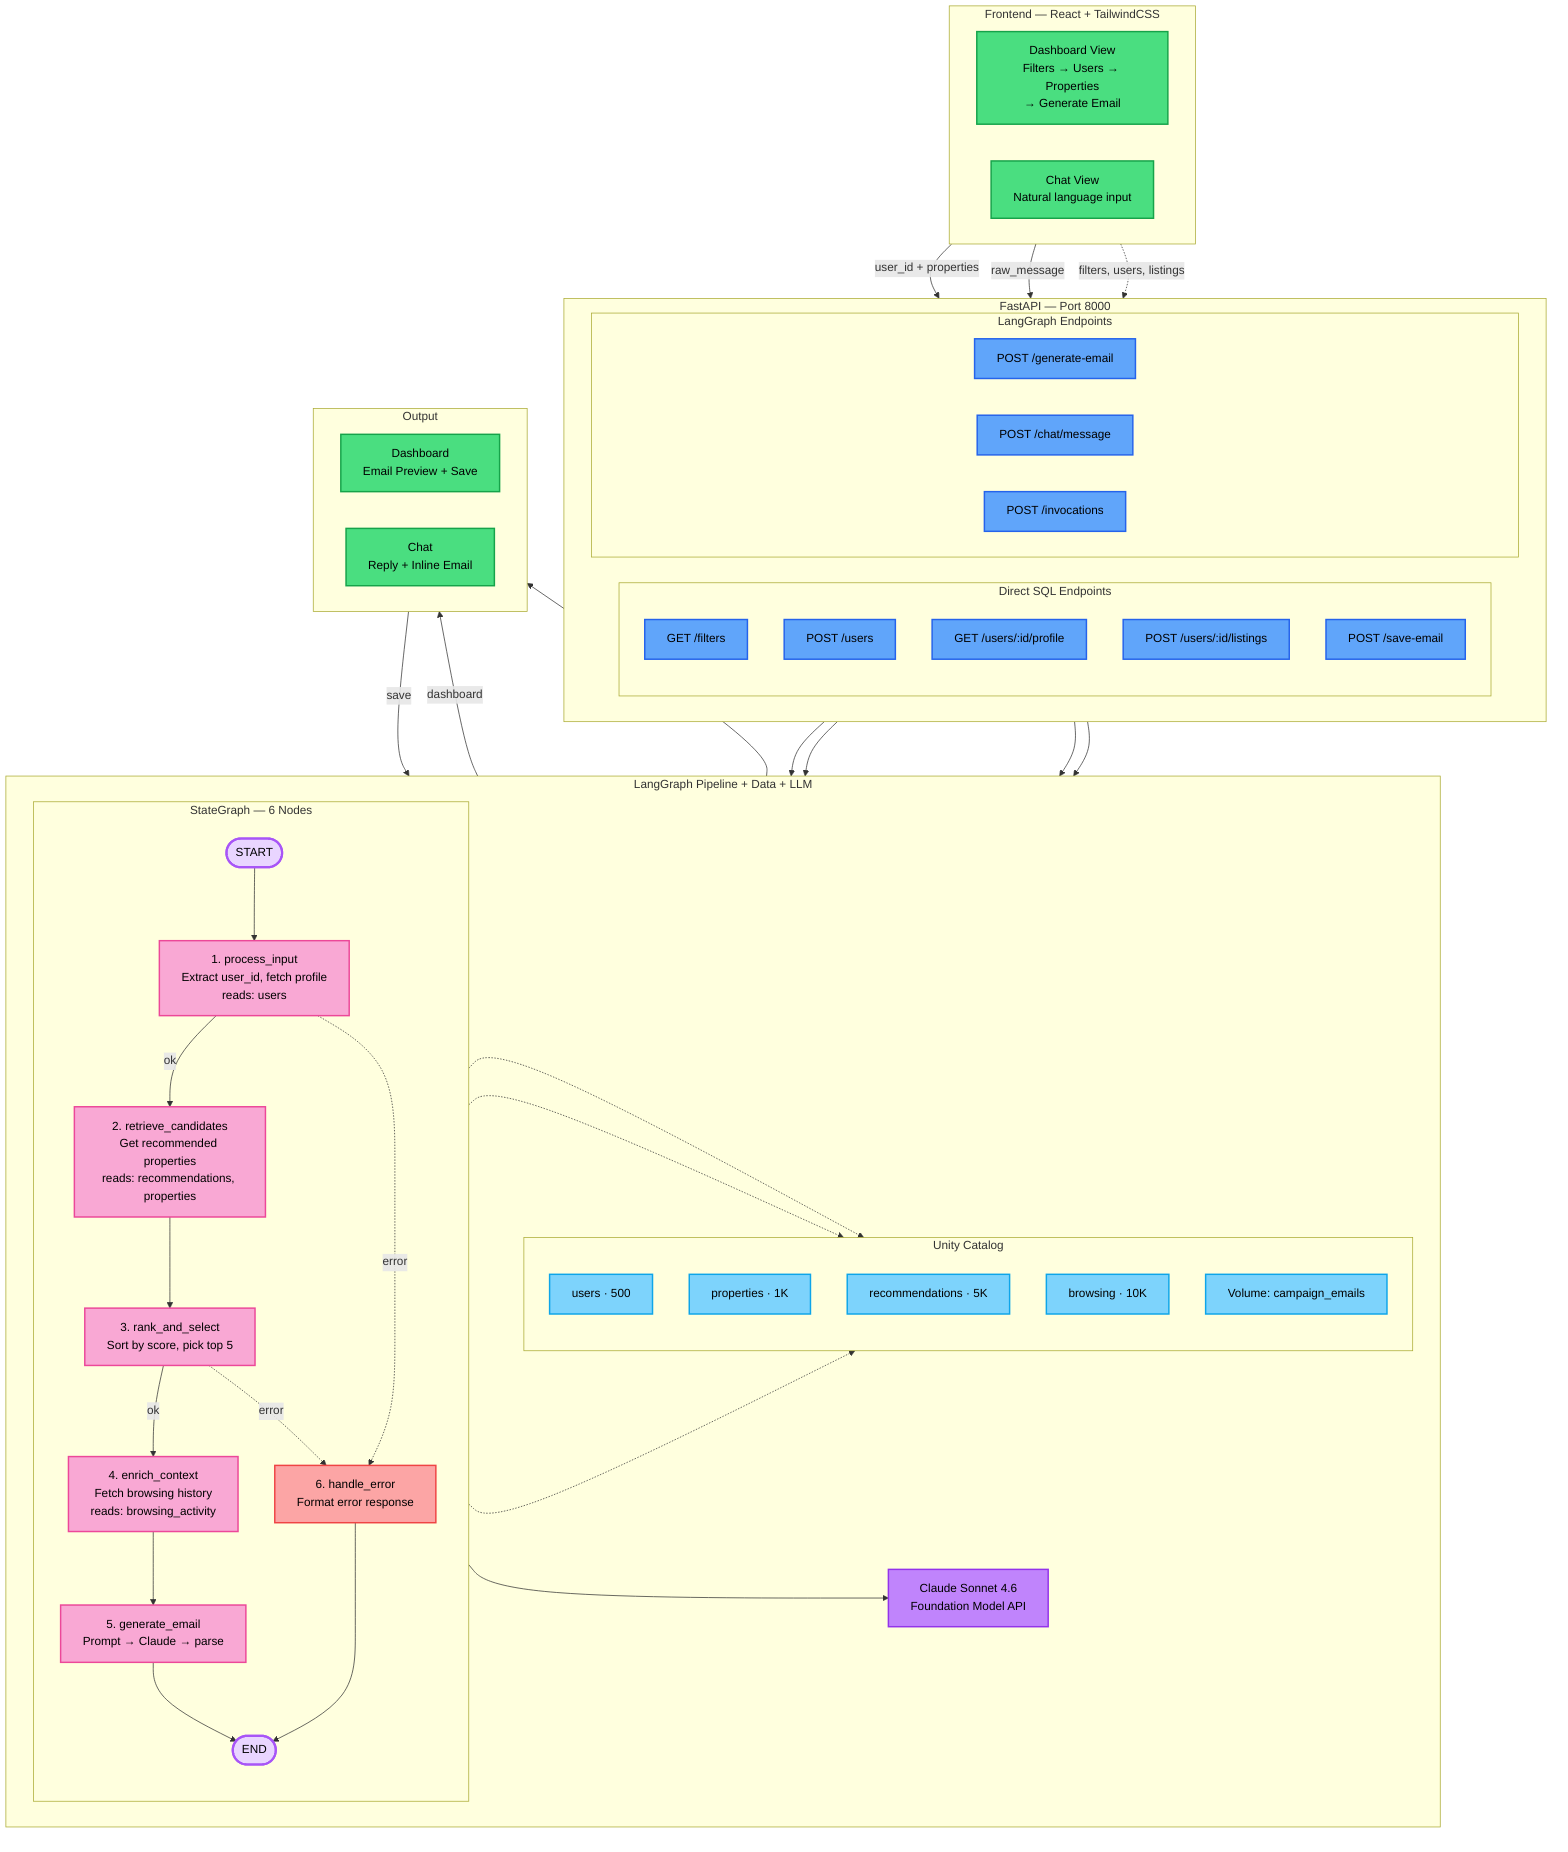
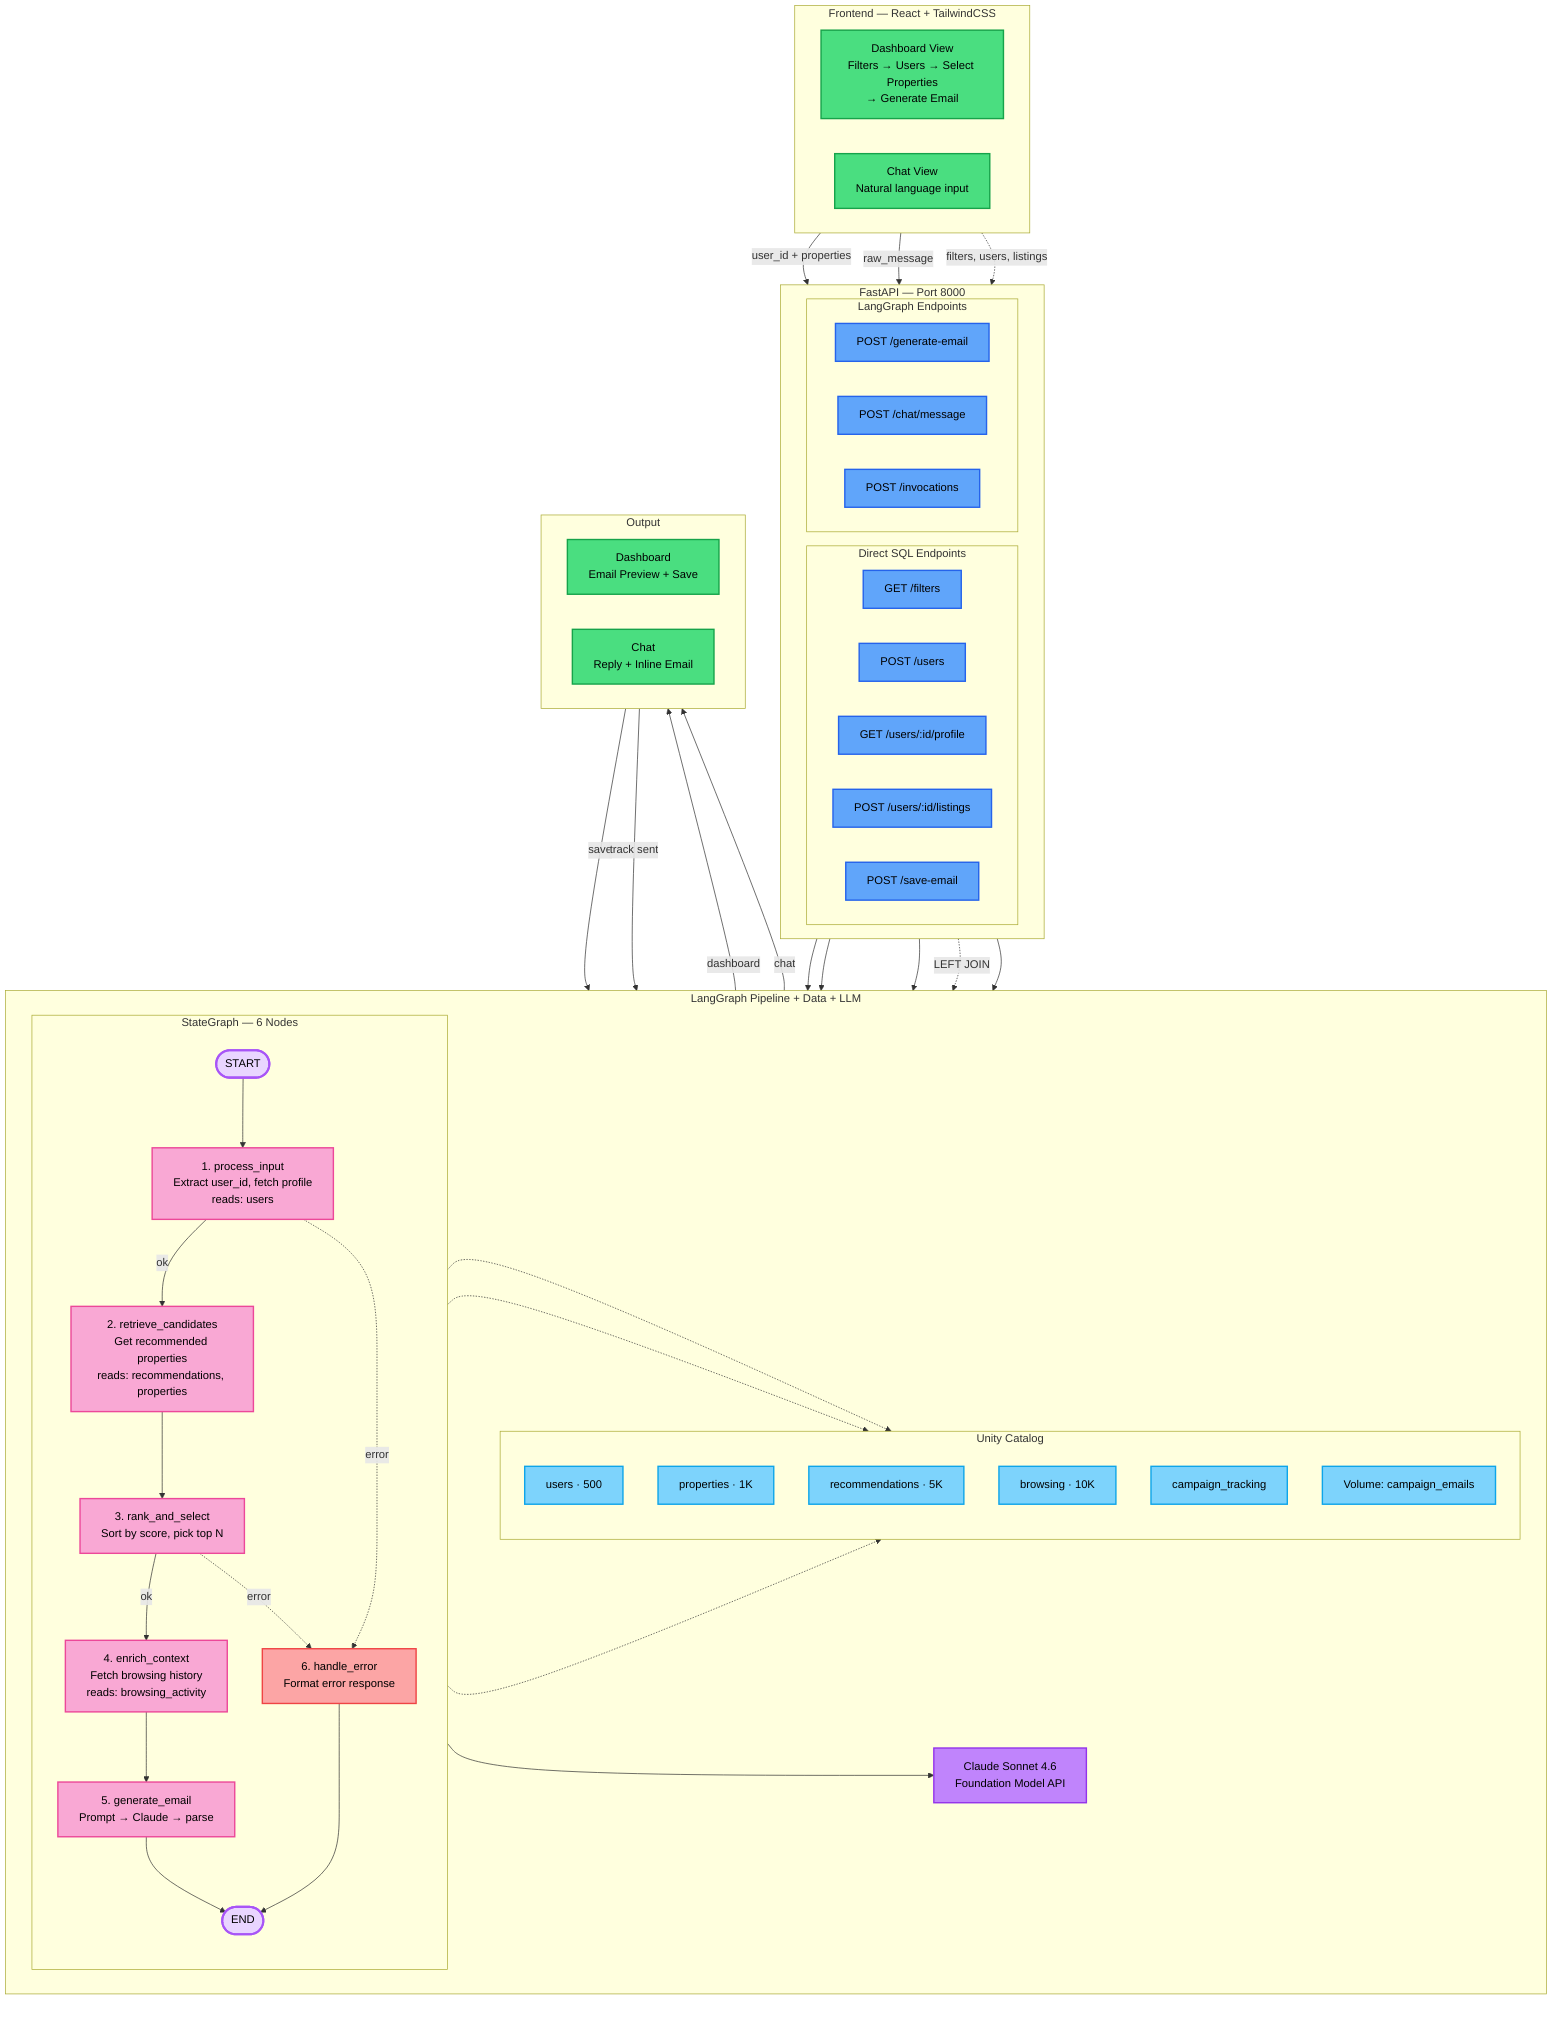
flowchart TD
    classDef ui fill:#4ade80,stroke:#16a34a,stroke-width:2px,color:#000
    classDef api fill:#60a5fa,stroke:#2563eb,stroke-width:2px,color:#000
    classDef gn fill:#f9a8d4,stroke:#ec4899,stroke-width:2px,color:#000
    classDef er fill:#fca5a5,stroke:#ef4444,stroke-width:2px,color:#000
    classDef llm fill:#c084fc,stroke:#9333ea,stroke-width:2px,color:#000
    classDef db fill:#7dd3fc,stroke:#0ea5e9,stroke-width:2px,color:#000
    classDef pt fill:#e9d5ff,stroke:#a855f7,stroke-width:3px,color:#000

    %% ── Frontend ──
    subgraph FE["Frontend — React + TailwindCSS"]
        direction LR
-         D["Dashboard View<br/>Filters → Users → Properties<br/>→ Generate Email"]:::ui
+         D["Dashboard View<br/>Filters → Users → Select Properties<br/>→ Generate Email"]:::ui
        C["Chat View<br/>Natural language input"]:::ui
    end

    %% ── REST API ──
    subgraph API["FastAPI — Port 8000"]
        direction LR
        subgraph SQL_EP["Direct SQL Endpoints"]
            A1["GET /filters"]:::api
            A2["POST /users"]:::api
            A3["GET /users/:id/profile"]:::api
            A4["POST /users/:id/listings"]:::api
            A5["POST /save-email"]:::api
        end
        subgraph LG_EP["LangGraph Endpoints"]
            G1["POST /generate-email"]:::api
            G2["POST /chat/message"]:::api
            G3["POST /invocations"]:::api
        end
    end

    %% ── LangGraph + Data + LLM (single layer) ──
    subgraph CORE["LangGraph Pipeline + Data + LLM"]
        direction LR

        subgraph LG["StateGraph — 6 Nodes"]
            direction TB
            S(["START"]):::pt
            P1["1. process_input<br/>Extract user_id, fetch profile<br/>reads: users"]:::gn
            P2["2. retrieve_candidates<br/>Get recommended properties<br/>reads: recommendations, properties"]:::gn
-             P3["3. rank_and_select<br/>Sort by score, pick top 5"]:::gn
+             P3["3. rank_and_select<br/>Sort by score, pick top N"]:::gn
            P4["4. enrich_context<br/>Fetch browsing history<br/>reads: browsing_activity"]:::gn
            P5["5. generate_email<br/>Prompt → Claude → parse"]:::gn
            ERR["6. handle_error<br/>Format error response"]:::er
            EN(["END"]):::pt

            S --> P1
            P1 -->|ok| P2
            P1 -.->|error| ERR
            P2 --> P3
            P3 -->|ok| P4
            P3 -.->|error| ERR
            P4 --> P5
            P5 --> EN
            ERR --> EN
        end

        LLM["Claude Sonnet 4.6<br/>Foundation Model API"]:::llm

        subgraph UC["Unity Catalog"]
            direction TB
            T1["users · 500"]:::db
            T2["properties · 1K"]:::db
            T3["recommendations · 5K"]:::db
            T4["browsing · 10K"]:::db
+             T5["campaign_tracking"]:::db
            VOL["Volume: campaign_emails"]:::db
        end
    end

    %% ── Output ──
    subgraph OUT["Output"]
        direction LR
        O1["Dashboard<br/>Email Preview + Save"]:::ui
        O2["Chat<br/>Reply + Inline Email"]:::ui
    end

    %% ── Vertical flow ──
    D -->|"user_id + properties"| G1
    D -.->|"filters, users, listings"| SQL_EP
    C -->|"raw_message"| G2
    G1 & G2 & G3 --> S
    P5 --> LLM
    SQL_EP --> UC
    EN -->|dashboard| O1
    EN -->|chat| O2
    O1 -->|save| VOL
+     O1 -->|"track sent"| T5

    %% ── Data reads ──
    P1 -.-> T1
    P2 -.-> T3
    P4 -.-> T4
+     A4 -.->|"LEFT JOIN"| T5
